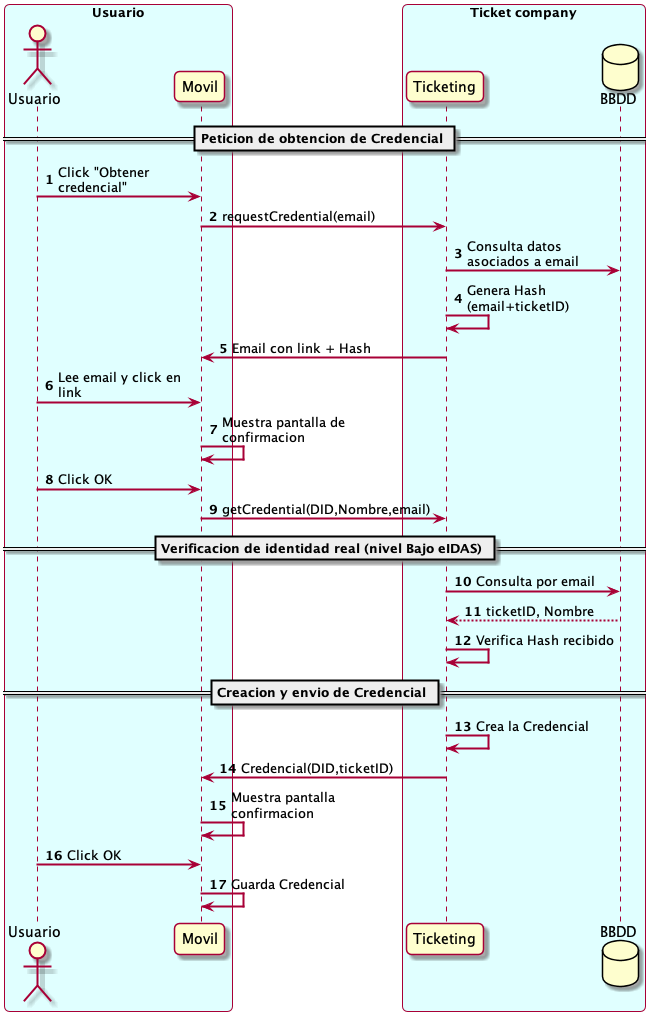
hesusruiz/EntradasSSI keeps this PlantUML diagram as assets/creacion-identidad.png. Above is the earlier version.
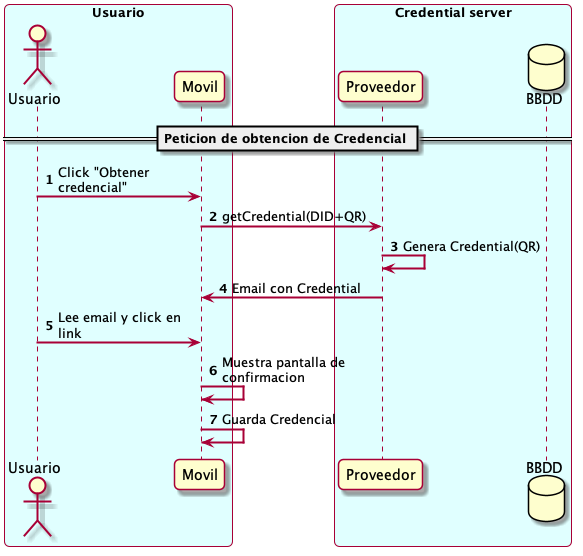
Later version of the same file.

Change to the diagram source:
```diff
@@ -9,39 +9,19 @@
   participant "Movil" as M
 end box
 
-box "Ticket company" #LightCyan
-  participant "Ticketing" as T
+box "Credential server" #LightCyan
+  participant "Proveedor" as T
   database "BBDD" as D
 end box
 
 == Peticion de obtencion de Credencial ==
 U -> M: Click "Obtener credencial"
-M -> T: requestCredential(email)
+M -> T: getCredential(DID+QR)
 
-T -> D: Consulta datos asociados a email
-T -> T: Genera Hash (email+ticketID)
-T -> M: Email con link + Hash
+T -> T: Genera Credential(QR)
+T -> M: Email con Credential
 U -> M: Lee email y click en link
 M -> M: Muestra pantalla de confirmacion
-
-U -> M: Click OK
-
-M -> T: getCredential(DID,Nombre,email)
-
-== Verificacion de identidad real (nivel Bajo eIDAS) ==
-T -> D: Consulta por email
-return ticketID, Nombre
-
-T -> T: Verifica Hash recibido
-
-== Creacion y envio de Credencial ==
-T -> T: Crea la Credencial
-
-T -> M: Credencial(DID,ticketID)
-M -> M: Muestra pantalla confirmacion
-
-U -> M: Click OK
 M -> M: Guarda Credencial
 
-
 @enduml
```
